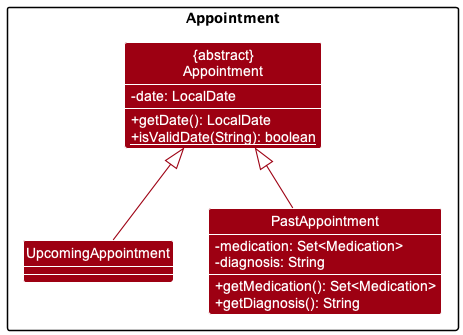
nus-cs2103-AY2223S1/tp keeps this PlantUML diagram as docs/images/AppointmentClassDiagram.png. Above is the earlier version. Its diagram source:
```plantuml
@startuml
!include style.puml
skinparam arrowThickness 1.1
skinparam arrowColor MODEL_COLOR
skinparam classBackgroundColor MODEL_COLOR
show members
skinparam classAttributeIconSize 0

package Appointment {
Class "{abstract}\nAppointment" as Appointment {
- date: LocalDate
+ getDate(): LocalDate
+ {static} isValidDate(String): boolean
}

Class UpcomingAppointment

Class PastAppointment {
- medication: Set<Medication>
- diagnosis: String
+ getMedication(): Set<Medication>
+ getDiagnosis(): String
}
}

UpcomingAppointment -up-|> Appointment
PastAppointment -up-|> Appointment

@enduml
```
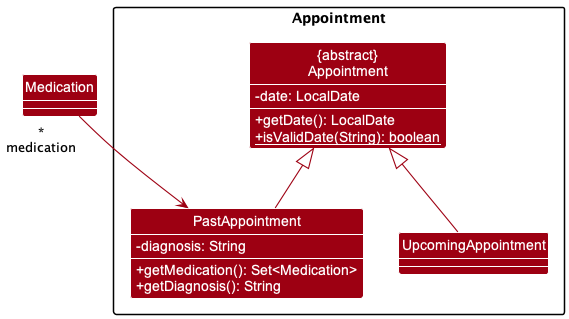
After the change.

Commit message:
Update dev guide with object and class diagrams

Diff of the diagram source:
```diff
@@ -16,14 +16,17 @@
 Class UpcomingAppointment
 
 Class PastAppointment {
-- medication: Set<Medication>
 - diagnosis: String
 + getMedication(): Set<Medication>
 + getDiagnosis(): String
 }
 }
 
+Class Medication {
+}
+
 UpcomingAppointment -up-|> Appointment
 PastAppointment -up-|> Appointment
+Medication "*\nmedication" -->  PastAppointment
 
 @enduml
```
